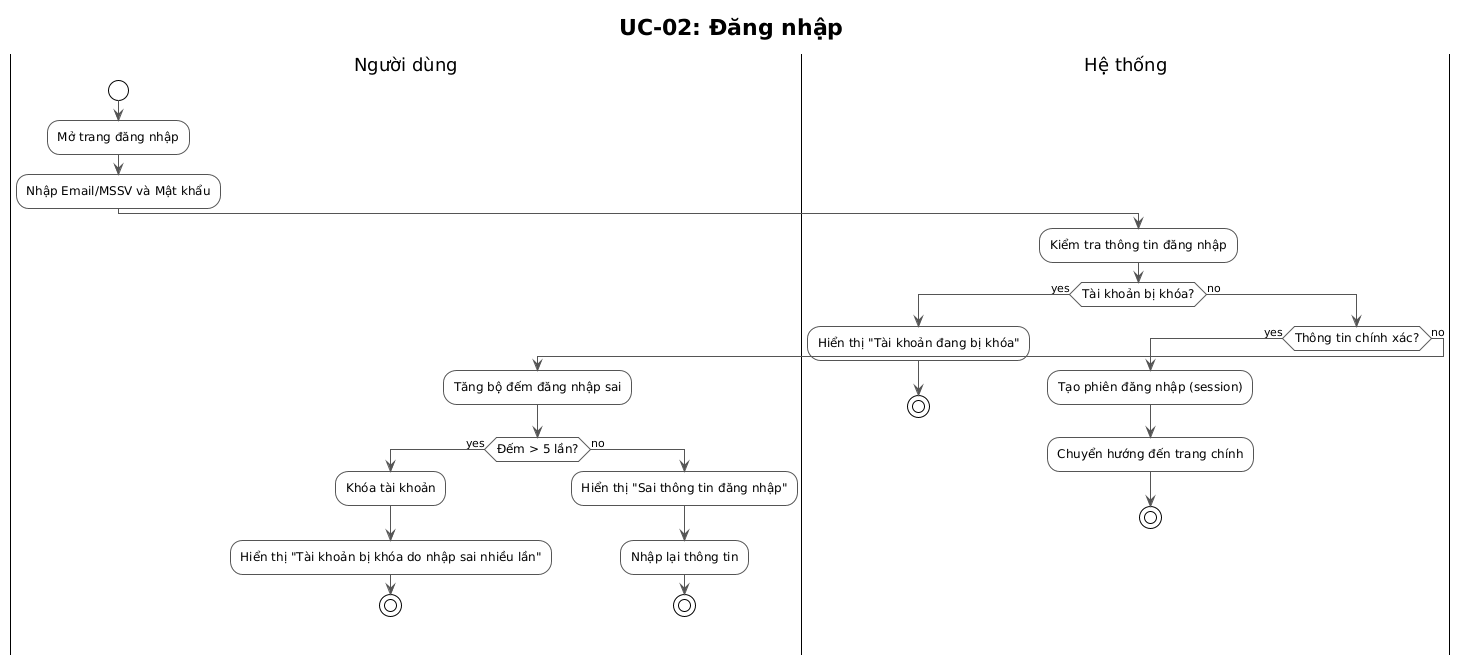
The PlantUML diagram Picture/ACUC02.png in MrCopperrrr/Software_Engineering_Assignment_Report, before a commit. Source of this version:
```plantuml
@startuml
!theme plain
skinparam activity {
  ArrowColor #555555
  BorderColor #555555
  BackgroundColor #FFFFFF
  FontName Arial
  FontSize 12
}
skinparam partition {
  BorderColor #555555
  BackgroundColor #F2F2F2
}

title UC-02: Đăng nhập

|Người dùng|
start
:Mở trang đăng nhập;
:Nhập Email/MSSV và Mật khẩu;

|Hệ thống|
:Kiểm tra thông tin đăng nhập;

if (Tài khoản bị khóa?) then (yes)
  :Hiển thị "Tài khoản đang bị khóa";
  stop
else (no)
  if (Thông tin chính xác?) then (yes)
    :Tạo phiên đăng nhập (session);
    :Chuyển hướng đến trang chính;
    stop
  else (no)
    |Người dùng|
    :Tăng bộ đếm đăng nhập sai;
    if (Đếm > 5 lần?) then (yes)
      :Khóa tài khoản;
      :Hiển thị "Tài khoản bị khóa do nhập sai nhiều lần";
      stop
    else (no)
      :Hiển thị "Sai thông tin đăng nhập";
      |Người dùng|
      :Nhập lại thông tin;
      stop
    endif
  endif
endif
@enduml
```
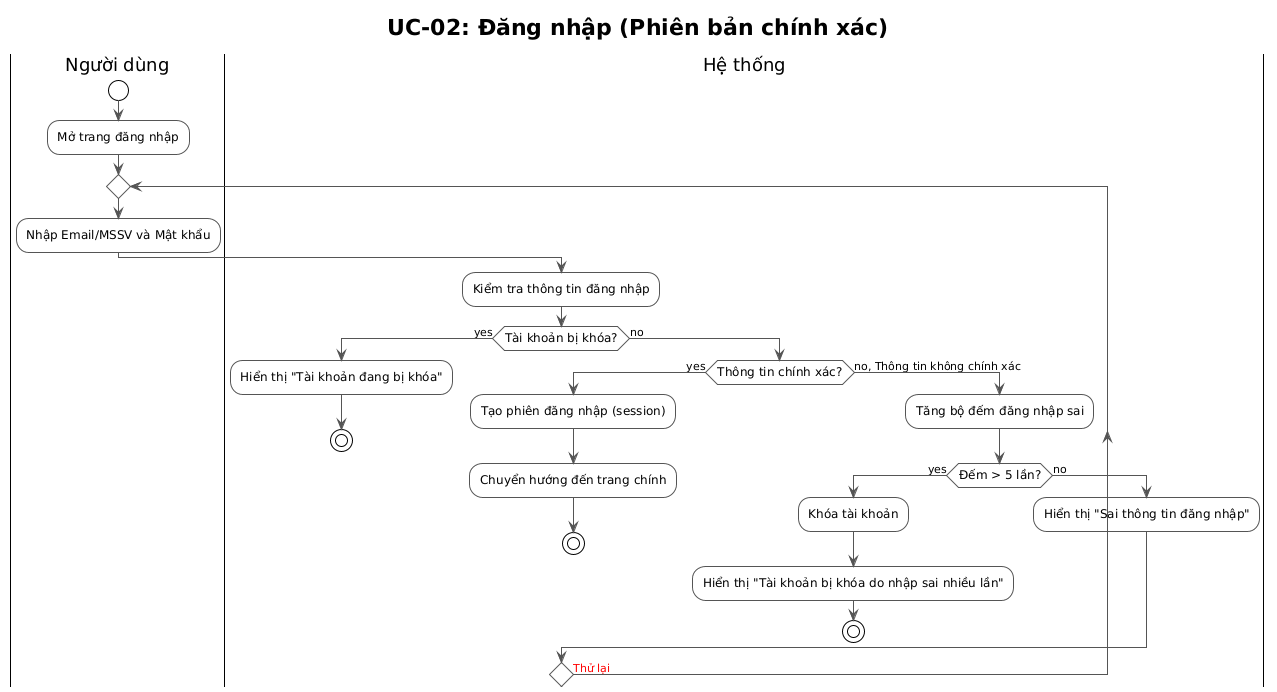
The same diagram one commit later.

What changed in the source:
```diff
@@ -12,37 +12,36 @@
   BackgroundColor #F2F2F2
 }
 
-title UC-02: Đăng nhập
+title UC-02: Đăng nhập (Phiên bản chính xác)
 
 |Người dùng|
 start
 :Mở trang đăng nhập;
-:Nhập Email/MSSV và Mật khẩu;
 
-|Hệ thống|
-:Kiểm tra thông tin đăng nhập;
+repeat
+    :Nhập Email/MSSV và Mật khẩu;
 
-if (Tài khoản bị khóa?) then (yes)
-  :Hiển thị "Tài khoản đang bị khóa";
-  stop
-else (no)
-  if (Thông tin chính xác?) then (yes)
-    :Tạo phiên đăng nhập (session);
-    :Chuyển hướng đến trang chính;
-    stop
-  else (no)
-    |Người dùng|
-    :Tăng bộ đếm đăng nhập sai;
-    if (Đếm > 5 lần?) then (yes)
-      :Khóa tài khoản;
-      :Hiển thị "Tài khoản bị khóa do nhập sai nhiều lần";
-      stop
+    |Hệ thống|
+    :Kiểm tra thông tin đăng nhập;
+
+    if (Tài khoản bị khóa?) then (yes)
+        :Hiển thị "Tài khoản đang bị khóa";
+        stop
     else (no)
-      :Hiển thị "Sai thông tin đăng nhập";
-      |Người dùng|
-      :Nhập lại thông tin;
-      stop
+        if (Thông tin chính xác?) then (yes)
+            :Tạo phiên đăng nhập (session);
+            :Chuyển hướng đến trang chính;
+            stop
+        else (no, Thông tin không chính xác)
+            :Tăng bộ đếm đăng nhập sai;
+            if (Đếm > 5 lần?) then (yes)
+                :Khóa tài khoản;
+                :Hiển thị "Tài khoản bị khóa do nhập sai nhiều lần";
+                stop
+            else (no)
+                :Hiển thị "Sai thông tin đăng nhập";
+            endif
+        endif
     endif
-  endif
-endif
+repeat while () is (<color:red>Thử lại</color>)
 @enduml
```
